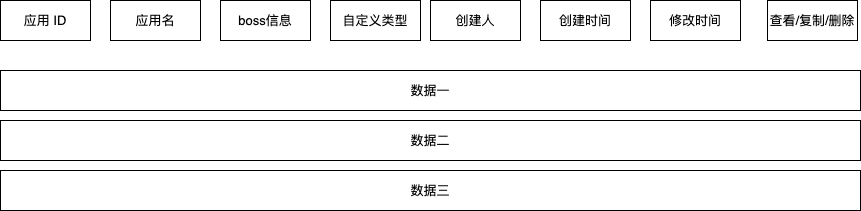
This is work-draw-file/agent列表.png from liujunao/draw-data, a draw.io export, as it was before one commit. Source tidied: cells renumbered, new cells last; positions are measured from the earlier drawing's top-left corner, leaving out a move shared by most shapes.
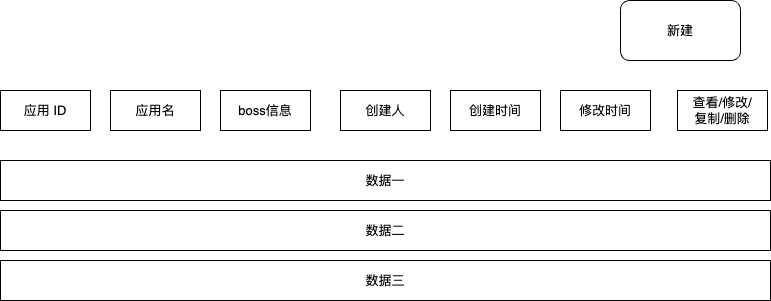
The same file after the commit.

Diff of the diagram source:
```diff
@@ -11,29 +11,29 @@
     <mxCell id="4" value="boss信息" style="rounded=0;whiteSpace=wrap;html=1;" parent="1" vertex="1">
       <mxGeometry x="220" width="90" height="40" as="geometry" />
     </mxCell>
-    <mxCell id="5" value="自定义类型" style="rounded=0;whiteSpace=wrap;html=1;" parent="1" vertex="1">
-      <mxGeometry x="330" width="90" height="40" as="geometry" />
-    </mxCell>
     <mxCell id="6" value="创建人" style="rounded=0;whiteSpace=wrap;html=1;" parent="1" vertex="1">
-      <mxGeometry x="430" width="90" height="40" as="geometry" />
+      <mxGeometry x="340" width="90" height="40" as="geometry" />
     </mxCell>
     <mxCell id="7" value="创建时间" style="rounded=0;whiteSpace=wrap;html=1;" parent="1" vertex="1">
-      <mxGeometry x="540" width="90" height="40" as="geometry" />
+      <mxGeometry x="450" width="90" height="40" as="geometry" />
     </mxCell>
     <mxCell id="8" value="修改时间" style="rounded=0;whiteSpace=wrap;html=1;" parent="1" vertex="1">
-      <mxGeometry x="650" width="90" height="40" as="geometry" />
+      <mxGeometry x="560" width="90" height="40" as="geometry" />
     </mxCell>
-    <mxCell id="9" value="查看/复制/删除" style="rounded=0;whiteSpace=wrap;html=1;" parent="1" vertex="1">
-      <mxGeometry x="767" width="90" height="40" as="geometry" />
+    <mxCell id="9" value="查看/修改/&lt;br&gt;复制/删除" style="rounded=0;whiteSpace=wrap;html=1;" parent="1" vertex="1">
+      <mxGeometry x="677" width="90" height="40" as="geometry" />
     </mxCell>
     <mxCell id="10" value="数据一" style="rounded=0;whiteSpace=wrap;html=1;" parent="1" vertex="1">
-      <mxGeometry y="70" width="860" height="40" as="geometry" />
+      <mxGeometry y="70" width="770" height="40" as="geometry" />
     </mxCell>
     <mxCell id="11" value="数据二" style="rounded=0;whiteSpace=wrap;html=1;" parent="1" vertex="1">
-      <mxGeometry y="120" width="860" height="40" as="geometry" />
+      <mxGeometry y="120" width="770" height="40" as="geometry" />
     </mxCell>
     <mxCell id="12" value="数据三" style="rounded=0;whiteSpace=wrap;html=1;" parent="1" vertex="1">
-      <mxGeometry y="170" width="860" height="40" as="geometry" />
+      <mxGeometry y="170" width="770" height="40" as="geometry" />
     </mxCell>
+    <mxCell id="13" value="新建" style="rounded=1;whiteSpace=wrap;html=1;" parent="1" vertex="1">
+      <mxGeometry x="620" y="-90" width="120" height="60" as="geometry" />
+    </mxCell>
   </root>
 </mxGraphModel>
```
